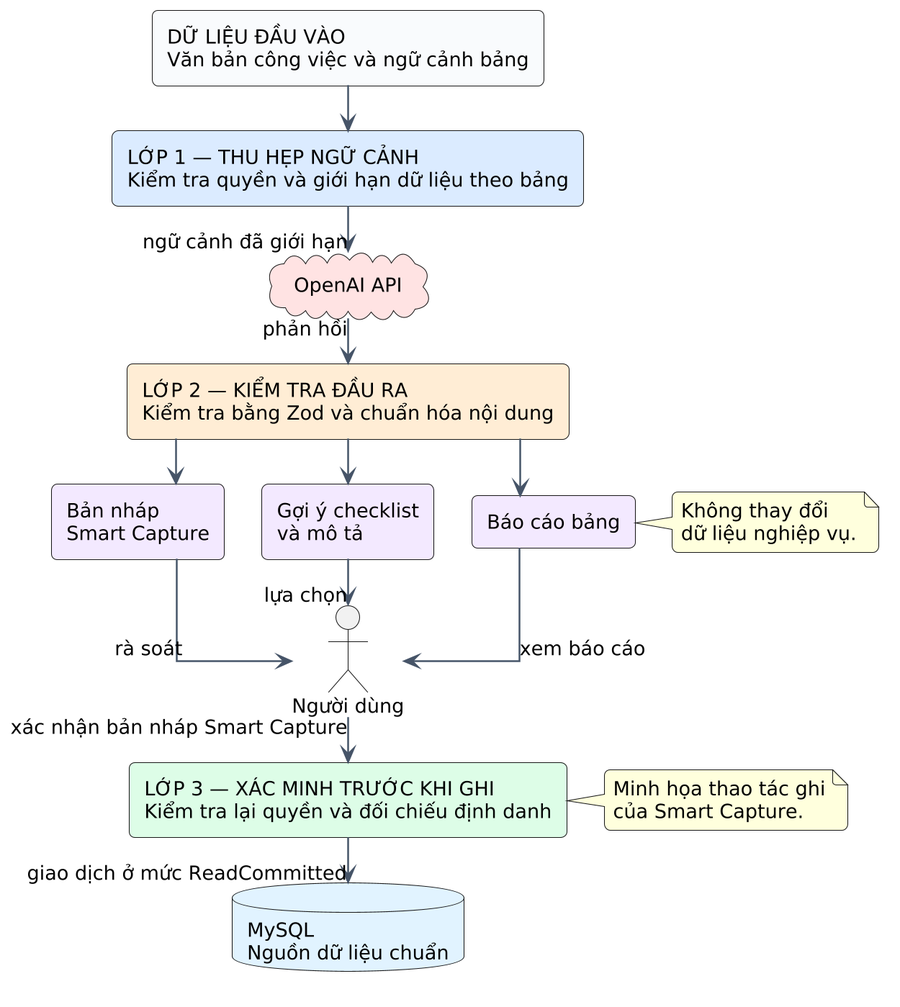
The PlantUML diagram report/Hình vẽ/chapter5_ai_guardrail_pipeline.png in Carbon2301/HustFlow, before a commit.
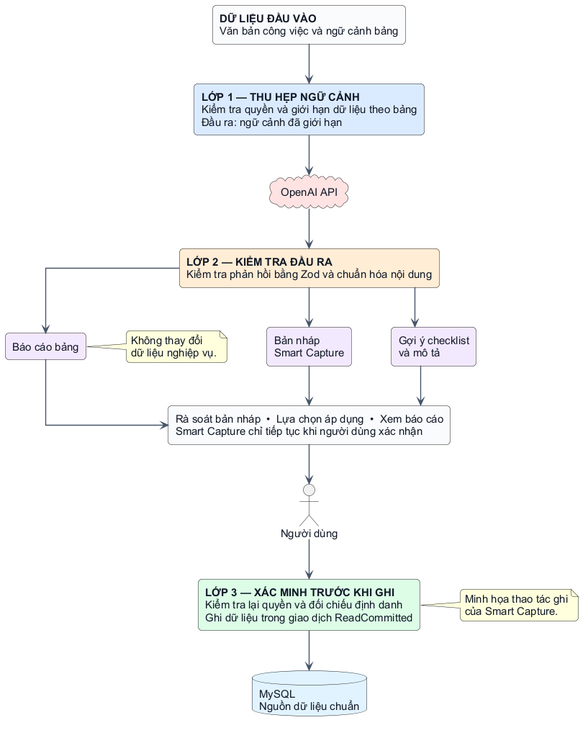
The same diagram one commit later.

The edit, as a diff of the source:
```diff
@@ -3,58 +3,61 @@
 
 skinparam backgroundColor white
 skinparam shadowing false
-skinparam roundcorner 8
+skinparam roundcorner 10
 skinparam linetype ortho
 skinparam defaultFontName Arial
-skinparam defaultFontSize 13
+skinparam defaultFontSize 15
+skinparam defaultFontColor #111827
 skinparam ArrowColor #475569
-skinparam ArrowThickness 1.2
-skinparam nodesep 25
-skinparam ranksep 30
-skinparam dpi 200
+skinparam ArrowThickness 1.4
+skinparam nodesep 55
+skinparam ranksep 55
 
-rectangle "DỮ LIỆU ĐẦU VÀO\nVăn bản công việc và ngữ cảnh bảng" as Input #F8FAFC
+rectangle "**DỮ LIỆU ĐẦU VÀO**\nVăn bản công việc và ngữ cảnh bảng" as Input #F8FAFC
 
-rectangle "LỚP 1 — THU HẸP NGỮ CẢNH\nKiểm tra quyền và giới hạn dữ liệu theo bảng" as Guard1 #DBEAFE
+rectangle "**LỚP 1 — THU HẸP NGỮ CẢNH**\nKiểm tra quyền và giới hạn dữ liệu theo bảng\nĐầu ra: ngữ cảnh đã giới hạn" as Layer1 #DBEAFE
 
 cloud "OpenAI API" as AI #FEE2E2
 
-rectangle "LỚP 2 — KIỂM TRA ĐẦU RA\nKiểm tra bằng Zod và chuẩn hóa nội dung" as Guard2 #FFEDD5
+rectangle "**LỚP 2 — KIỂM TRA ĐẦU RA**\nKiểm tra phản hồi bằng Zod và chuẩn hóa nội dung" as Layer2 #FFEDD5
 
 rectangle "Bản nháp\nSmart Capture" as Draft #F3E8FF
 rectangle "Gợi ý checklist\nvà mô tả" as Suggestion #F3E8FF
 rectangle "Báo cáo bảng" as Report #F3E8FF
 
+rectangle "Rà soát bản nháp  •  Lựa chọn áp dụng  •  Xem báo cáo\nSmart Capture chỉ tiếp tục khi người dùng xác nhận" as Interaction #F8FAFC
 actor "Người dùng" as User
 
-rectangle "LỚP 3 — XÁC MINH TRƯỚC KHI GHI\nKiểm tra lại quyền và đối chiếu định danh" as Guard3 #DCFCE7
+rectangle "**LỚP 3 — XÁC MINH TRƯỚC KHI GHI**\nKiểm tra lại quyền và đối chiếu định danh\nGhi dữ liệu trong giao dịch ReadCommitted" as Layer3 #DCFCE7
 
 database "MySQL\nNguồn dữ liệu chuẩn" as DB #E0F2FE
-
-Input --> Guard1
-Guard1 --> AI : ngữ cảnh đã giới hạn
-AI --> Guard2 : phản hồi
-Guard2 --> Draft
-Guard2 --> Suggestion
-Guard2 --> Report
-
-Draft -[hidden]right- Suggestion
-Suggestion -[hidden]right- Report
-
-Draft --> User : rà soát
-Suggestion --> User : lựa chọn
-Report --> User : xem báo cáo
-
-User --> Guard3 : xác nhận bản nháp Smart Capture
-Guard3 --> DB : giao dịch ở mức ReadCommitted
-
-note right of Guard3
-  Minh họa thao tác ghi
-  của Smart Capture.
-end note
 
 note right of Report
   Không thay đổi
   dữ liệu nghiệp vụ.
 end note
+
+note right of Layer3
+  Minh họa thao tác ghi
+  của Smart Capture.
+end note
+
+Input -down-> Layer1
+Layer1 -down-> AI
+
+AI -down-> Layer2
+
+Layer2 -down-> Draft
+Layer2 -down-> Suggestion
+Layer2 -down-> Report
+
+Draft -down-> Interaction
+Suggestion -down-> Interaction
+Report -down-> Interaction
+
+Interaction -down-> User
+User -down-> Layer3
+
+Layer3 -down-> DB
+
 @enduml
```
